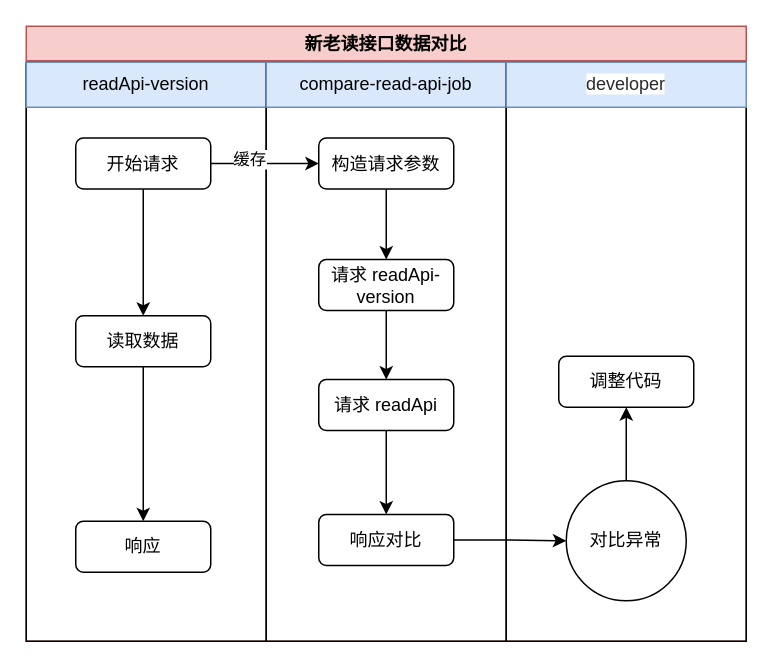
Before: 优惠券0623.drawio in LuiBu/my-pictures, a draw.io diagram. Source tidied: cells renumbered, new cells numbered last; positions are measured from the earlier drawing's top-left corner, leaving out a move shared by most shapes. Both pictures are drawn from the tidied source at 150%, with x=0, y=0 at pixel (26, 26).
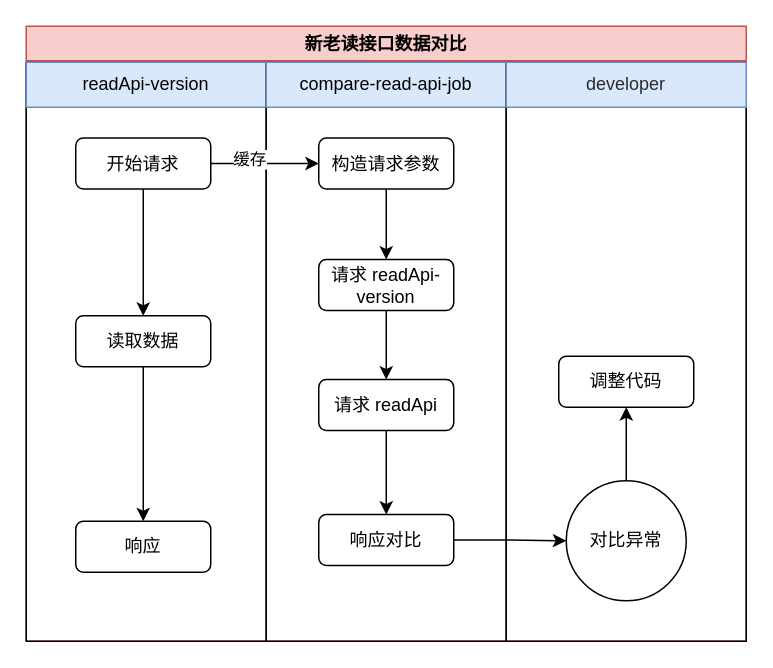
After the change.

Commit message:
更新优惠券0623.drawio

The change refers to these unchanged cells:
```xml
<mxCell id="19" style="swimlane;startSize=0;" parent="2" vertex="1">
  <mxGeometry x="320" y="24" width="160" height="386" as="geometry" />
</mxCell>
```

Change to the diagram source:
```diff
@@
-    <mxCell id="20" value="&lt;span style=&quot;caret-color: rgb(42, 43, 46); color: rgb(42, 43, 46); text-align: justify; text-size-adjust: auto; background-color: rgb(255, 255, 255);&quot;&gt;&lt;font style=&quot;font-size: 12px;&quot;&gt;developer&lt;/font&gt;&lt;/span&gt;" style="rounded=0;whiteSpace=wrap;html=1;fillColor=#dae8fc;strokeColor=#6c8ebf;" parent="19" vertex="1">
+    <mxCell id="20" value="&lt;span style=&quot;caret-color: rgb(42, 43, 46); color: rgb(42, 43, 46); text-align: justify; text-size-adjust: auto;&quot;&gt;&lt;font style=&quot;font-size: 12px;&quot;&gt;developer&lt;/font&gt;&lt;/span&gt;" style="rounded=0;whiteSpace=wrap;html=1;fillColor=#dae8fc;strokeColor=#6c8ebf;" parent="19" vertex="1">
       <mxGeometry width="160" height="30" as="geometry" />
     </mxCell>
```
